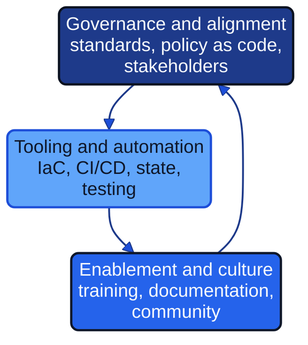
This is docs/images/diagram_15_chapter14.png from Geonitab/architecture_as_code, a Mermaid export, as it was before one commit. Its source is kept beside it as docs/images/diagram_15_chapter14.mmd.
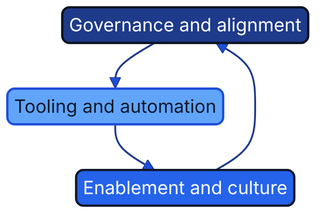
After the commit.

Change to the diagram source:
```diff
@@ -1,5 +1,5 @@
 flowchart TB
-    G["Governance and alignment<br/>standards, policy as code,<br/>stakeholders"]:::geon-primary
-    T["Tooling and automation<br/>IaC, CI/CD, state,<br/>testing"]:::geon-highlight
-    E["Enablement and culture<br/>training, documentation,<br/>community"]:::geon-accent
+    G["Governance and alignment"]:::geon-primary
+    T["Tooling and automation"]:::geon-highlight
+    E["Enablement and culture"]:::geon-accent
     G --> T --> E --> G
```
